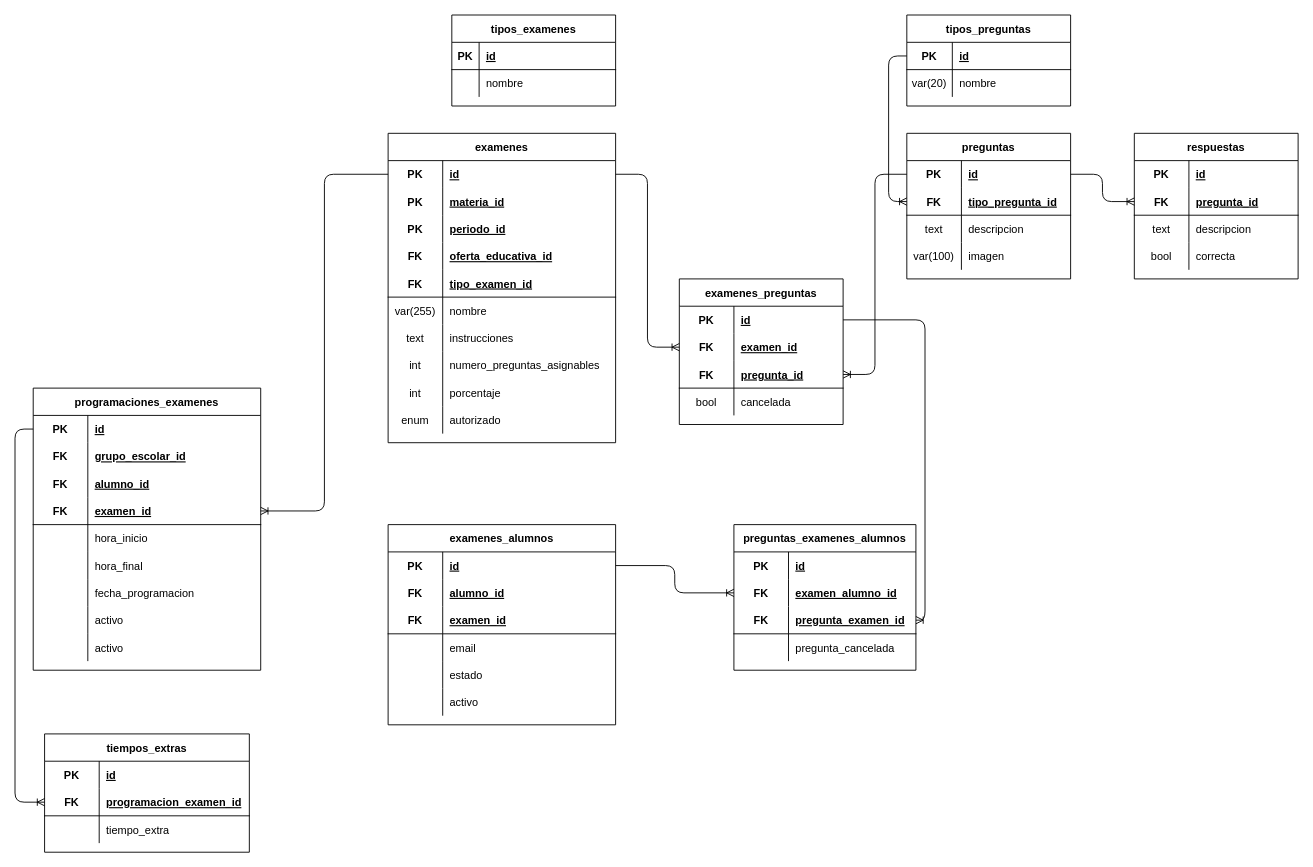
The draw.io diagram examenes/examenes.drawio in Carlos-Angel/database-escolar, before the edit. Source tidied: cells renumbered, new cells numbered last; positions are measured from the earlier drawing's top-left corner, leaving out a move shared by most shapes. Both pictures are drawn from the tidied source at 91%, with x=0, y=0 at pixel (15, 15).
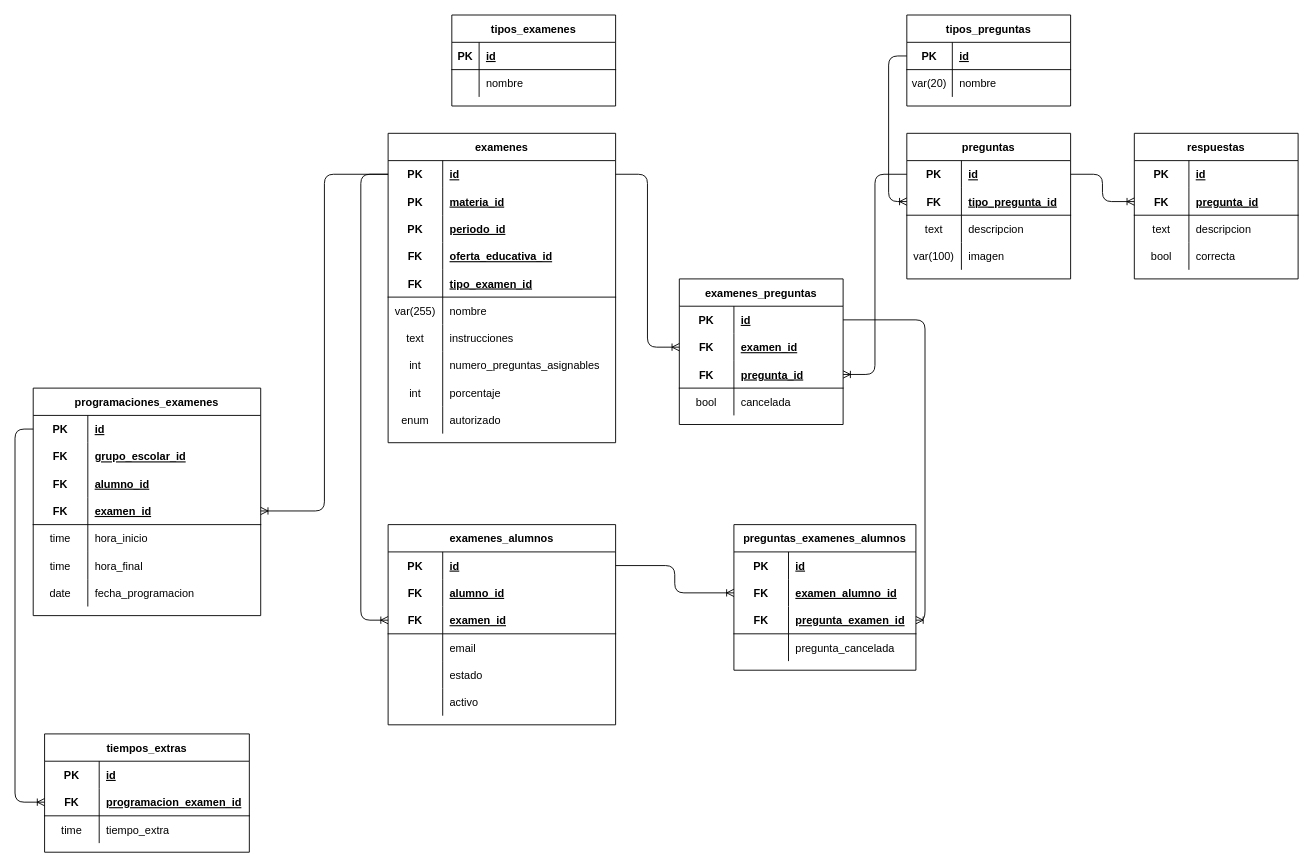
The same diagram, later.

Commit message:
refactor(examenes): definición de atributos de las tablas de programación de examenes

Unchanged cells that the change refers to:
```xml
<mxCell id="38" style="shape=partialRectangle;fillColor=none;top=0;left=0;bottom=0;right=0;points=[[0,0.5],[1,0.5]];portConstraint=eastwest;" parent="37" vertex="1">
  <mxGeometry y="30" width="250" height="30" as="geometry" />
</mxCell>
<mxCell id="97" style="shape=partialRectangle;fillColor=none;top=0;left=0;bottom=1;right=0;points=[[0,0.5],[1,0.5]];portConstraint=eastwest;" parent="90" vertex="1">
  <mxGeometry y="90" width="250" height="30" as="geometry" />
</mxCell>
<mxCell id="137" style="shape=partialRectangle;fillColor=none;top=0;left=0;bottom=0;right=0;" parent="124" vertex="1">
  <mxGeometry y="150" width="250" height="30" as="geometry" />
</mxCell>
<mxCell id="140" style="shape=partialRectangle;fillColor=none;top=0;left=0;bottom=0;right=0;" parent="124" vertex="1">
  <mxGeometry y="180" width="250" height="30" as="geometry" />
</mxCell>
<mxCell id="143" style="shape=partialRectangle;fillColor=none;top=0;left=0;bottom=0;right=0;" parent="124" vertex="1">
  <mxGeometry y="210" width="250" height="30" as="geometry" />
</mxCell>
<mxCell id="160" style="shape=partialRectangle;fillColor=none;top=0;left=0;bottom=0;right=0;" parent="153" vertex="1">
  <mxGeometry y="90" width="225" height="30" as="geometry" />
</mxCell>
```

The edit, as a diff of the source:
```diff
@@
     <mxCell id="124" value="programaciones_examenes" style="shape=table;startSize=30;childLayout=tableLayout;rowLines=0;fontStyle=1;align=center;" parent="1" vertex="1">
-      <mxGeometry x="20" y="410" width="250" height="310" as="geometry" />
+      <mxGeometry x="20" y="410" width="250" height="250" as="geometry" />
     </mxCell>
@@
-    <mxCell id="138" style="shape=partialRectangle;fillColor=none;top=0;left=0;bottom=0;right=0;overflow=hidden;" parent="137" vertex="1">
+    <mxCell id="138" value="time" style="shape=partialRectangle;fillColor=none;top=0;left=0;bottom=0;right=0;overflow=hidden;" parent="137" vertex="1">
       <mxGeometry width="60" height="30" as="geometry" />
     </mxCell>
@@
-    <mxCell id="141" style="shape=partialRectangle;fillColor=none;top=0;left=0;bottom=0;right=0;overflow=hidden;" parent="140" vertex="1">
+    <mxCell id="141" value="time" style="shape=partialRectangle;fillColor=none;top=0;left=0;bottom=0;right=0;overflow=hidden;" parent="140" vertex="1">
       <mxGeometry width="60" height="30" as="geometry" />
     </mxCell>
@@
-    <mxCell id="144" style="shape=partialRectangle;fillColor=none;top=0;left=0;bottom=0;right=0;overflow=hidden;" parent="143" vertex="1">
+    <mxCell id="144" value="date" style="shape=partialRectangle;fillColor=none;top=0;left=0;bottom=0;right=0;overflow=hidden;" parent="143" vertex="1">
       <mxGeometry width="60" height="30" as="geometry" />
     </mxCell>
@@
-    <mxCell id="146" style="shape=partialRectangle;fillColor=none;top=0;left=0;bottom=0;right=0;" parent="124" vertex="1">
-      <mxGeometry y="240" width="250" height="30" as="geometry" />
-    </mxCell>
-    <mxCell id="147" style="shape=partialRectangle;fillColor=none;top=0;left=0;bottom=0;right=0;overflow=hidden;" parent="146" vertex="1">
-      <mxGeometry width="60" height="30" as="geometry" />
-    </mxCell>
-    <mxCell id="148" value="activo" style="shape=partialRectangle;fillColor=none;top=0;left=0;bottom=0;right=0;align=left;spacingLeft=6;overflow=hidden;" parent="146" vertex="1">
-      <mxGeometry x="60" width="190" height="30" as="geometry" />
-    </mxCell>
-    <mxCell id="149" style="shape=partialRectangle;fillColor=none;top=0;left=0;bottom=0;right=0;" parent="124" vertex="1">
-      <mxGeometry y="270" width="250" height="30" as="geometry" />
-    </mxCell>
-    <mxCell id="150" style="shape=partialRectangle;fillColor=none;top=0;left=0;bottom=0;right=0;overflow=hidden;" parent="149" vertex="1">
-      <mxGeometry width="60" height="30" as="geometry" />
-    </mxCell>
-    <mxCell id="151" value="activo" style="shape=partialRectangle;fillColor=none;top=0;left=0;bottom=0;right=0;align=left;spacingLeft=6;overflow=hidden;" parent="149" vertex="1">
-      <mxGeometry x="60" width="190" height="30" as="geometry" />
-    </mxCell>
@@
-    <mxCell id="161" style="shape=partialRectangle;fillColor=none;top=0;left=0;bottom=0;right=0;overflow=hidden;" parent="160" vertex="1">
+    <mxCell id="161" value="time" style="shape=partialRectangle;fillColor=none;top=0;left=0;bottom=0;right=0;overflow=hidden;" parent="160" vertex="1">
       <mxGeometry width="60" height="30" as="geometry" />
     </mxCell>
@@
+    <mxCell id="164" style="edgeStyle=orthogonalEdgeStyle;fontSize=12;html=1;endArrow=ERoneToMany;entryX=0;entryY=0.5;entryDx=0;entryDy=0;exitX=0;exitY=0.5;exitDx=0;exitDy=0;" parent="1" edge="1" source="38" target="97">
+      <mxGeometry relative="1" as="geometry">
+        <Array as="points">
+          <mxPoint x="380" y="175" />
+          <mxPoint x="380" y="665" />
+        </Array>
+      </mxGeometry>
+    </mxCell>
```
